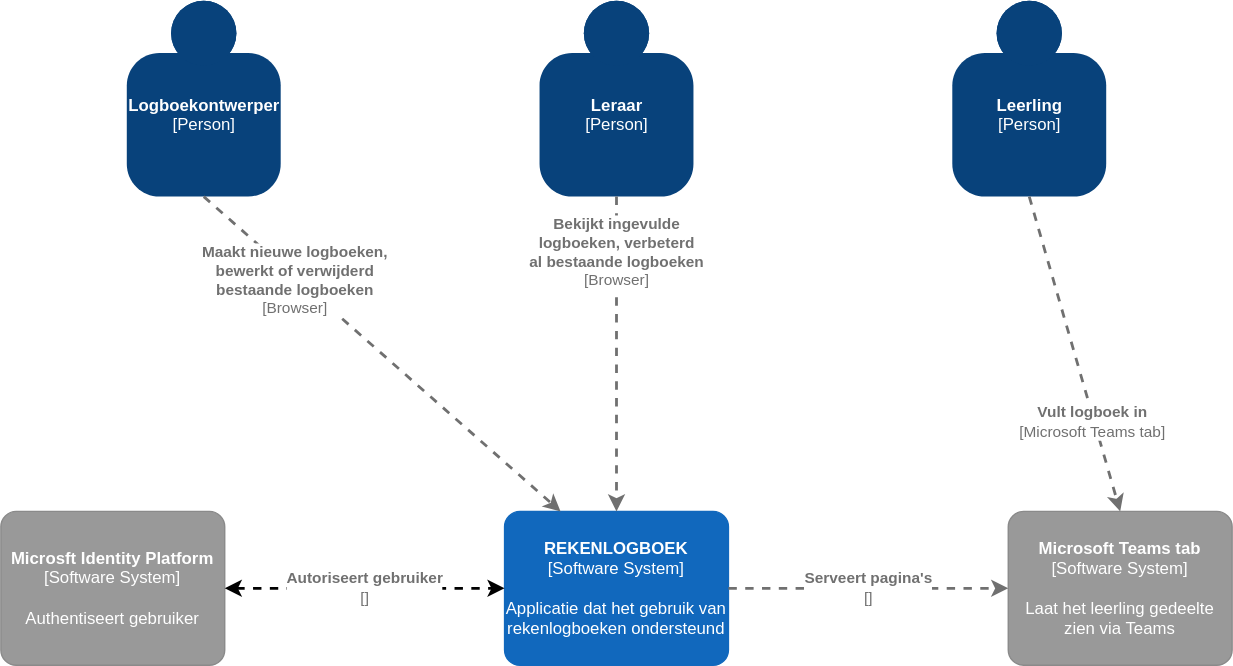
Above: docs/software-guidebook/c4-model/systeem-context.svg in Rowan-Paul/HANAIM-DWA-Rekenlogboek (draw.io), before the change. Source tidied: cells renumbered, new cells last; positions are measured from the earlier drawing's top-left corner, leaving out a move shared by most shapes.
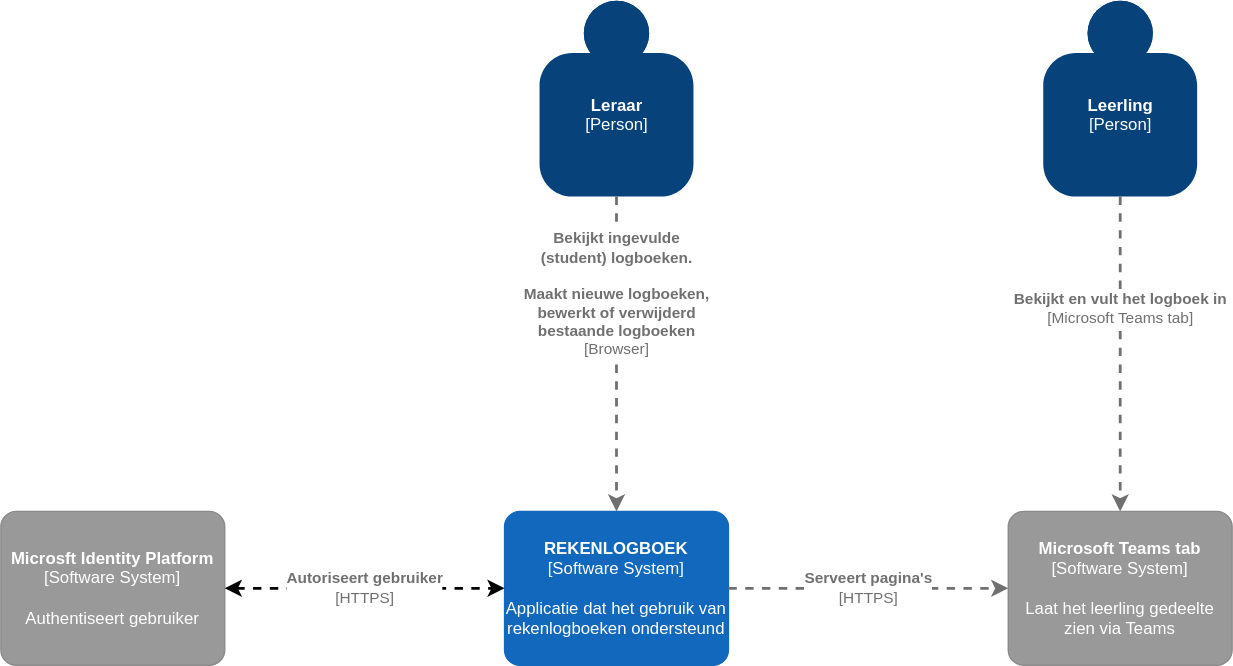
The same diagram one commit later.

Diff of the diagram source:
```diff
@@ -12,39 +12,27 @@
         <mxGeometry x="385" width="110" height="140" as="geometry" />
       </mxCell>
     </object>
-    <object id="4" label="&lt;b&gt;%c4Name%&lt;/b&gt;&lt;div&gt;[%c4Type%]&lt;/div&gt;&lt;br&gt;&lt;div&gt;%c4Description%&lt;/div&gt;" c4Description="" c4Name="Logboekontwerper" c4Type="Person" placeholders="1">
-      <mxCell style="html=1;dashed=0;whitespace=wrap;fillColor=#08427b;strokeColor=none;fontColor=#ffffff;shape=mxgraph.c4.person;align=center;points=[[0.5,0,0],[1,0.5,0],[1,0.75,0],[0.75,1,0],[0.5,1,0],[0.25,1,0],[0,0.75,0],[0,0.5,0]];metaData={&quot;c4Type&quot;:{&quot;editable&quot;:false}};" parent="1" vertex="1">
-        <mxGeometry x="90" width="110" height="140" as="geometry" />
-      </mxCell>
-    </object>
     <object id="5" label="&lt;b&gt;%c4Name%&lt;/b&gt;&lt;div&gt;[%c4Type%]&lt;/div&gt;&lt;br&gt;&lt;div&gt;%c4Description%&lt;/div&gt;" c4Description="" c4Name="Leerling" c4Type="Person" placeholders="1">
       <mxCell style="html=1;dashed=0;whitespace=wrap;fillColor=#08427b;strokeColor=none;fontColor=#ffffff;shape=mxgraph.c4.person;align=center;points=[[0.5,0,0],[1,0.5,0],[1,0.75,0],[0.75,1,0],[0.5,1,0],[0.25,1,0],[0,0.75,0],[0,0.5,0]];metaData={&quot;c4Type&quot;:{&quot;editable&quot;:false}};" parent="1" vertex="1">
-        <mxGeometry x="680" width="110" height="140" as="geometry" />
+        <mxGeometry x="745" width="110" height="140" as="geometry" />
       </mxCell>
     </object>
-    <object id="6" label="&lt;div style=&quot;text-align: left&quot;&gt;&lt;div style=&quot;text-align: center&quot;&gt;&lt;b&gt;%c4Description%&lt;/b&gt;&lt;/div&gt;&lt;div style=&quot;text-align: center&quot;&gt;[%c4Technology%]&lt;/div&gt;&lt;/div&gt;" c4Description="Vult logboek in" c4Technology="Microsoft Teams tab" c4Type="Relationship" placeholders="1">
+    <object id="6" label="&lt;div style=&quot;text-align: left&quot;&gt;&lt;div style=&quot;text-align: center&quot;&gt;&lt;b&gt;%c4Description%&lt;/b&gt;&lt;/div&gt;&lt;div style=&quot;text-align: center&quot;&gt;[%c4Technology%]&lt;/div&gt;&lt;/div&gt;" c4Description="Bekijkt en vult het logboek in" c4Technology="Microsoft Teams tab" c4Type="Relationship" placeholders="1">
       <mxCell style="edgeStyle=none;rounded=0;html=1;entryX=0.5;entryY=0;jettySize=auto;strokeColor=#707070;strokeWidth=2;fontColor=#707070;jumpStyle=none;dashed=1;metaData={&quot;c4Type&quot;:{&quot;editable&quot;:false}};exitX=0.5;exitY=1;exitDx=0;exitDy=0;exitPerimeter=0;entryDx=0;entryDy=0;entryPerimeter=0;" parent="1" edge="1" source="5" target="9">
-        <mxGeometry x="0.44" y="-2" relative="1" as="geometry">
-          <mxPoint y="-1" as="offset" />
-        </mxGeometry>
+        <mxGeometry x="-0.29" relative="1" as="geometry" />
       </mxCell>
     </object>
-    <object id="7" label="&lt;div style=&quot;text-align: left&quot;&gt;&lt;div style=&quot;text-align: center&quot;&gt;&lt;b&gt;%c4Description%&lt;/b&gt;&lt;/div&gt;&lt;div style=&quot;text-align: center&quot;&gt;[%c4Technology%]&lt;/div&gt;&lt;/div&gt;" c4Description="Bekijkt ingevulde&#10;logboeken, verbeterd&#10;al bestaande logboeken" c4Technology="Browser" c4Type="Relationship" placeholders="1">
+    <object id="7" label="&lt;div style=&quot;text-align: left&quot;&gt;&lt;div style=&quot;text-align: center&quot;&gt;&lt;b&gt;%c4Description%&lt;/b&gt;&lt;/div&gt;&lt;div style=&quot;text-align: center&quot;&gt;[%c4Technology%]&lt;/div&gt;&lt;/div&gt;" c4Description="Bekijkt ingevulde&#10;(student) logboeken.&#10;&#10;Maakt nieuwe logboeken,&#10;bewerkt of verwijderd &#10;bestaande logboeken" c4Technology="Browser" c4Type="Relationship" placeholders="1">
       <mxCell style="edgeStyle=none;rounded=0;html=1;jettySize=auto;strokeColor=#707070;strokeWidth=2;fontColor=#707070;jumpStyle=none;dashed=1;metaData={&quot;c4Type&quot;:{&quot;editable&quot;:false}};exitX=0.5;exitY=1;exitDx=0;exitDy=0;exitPerimeter=0;" parent="1" edge="1" source="3" target="2">
-        <mxGeometry x="-0.64" relative="1" as="geometry" />
+        <mxGeometry x="-0.38" relative="1" as="geometry" />
       </mxCell>
     </object>
-    <object id="8" label="&lt;div style=&quot;text-align: left&quot;&gt;&lt;div style=&quot;text-align: center&quot;&gt;&lt;b&gt;%c4Description%&lt;/b&gt;&lt;/div&gt;&lt;div style=&quot;text-align: center&quot;&gt;[%c4Technology%]&lt;/div&gt;&lt;/div&gt;" c4Description="Maakt nieuwe logboeken,&#10;bewerkt of verwijderd &#10;bestaande logboeken&#10;" c4Technology="Browser" c4Type="Relationship" placeholders="1">
-      <mxCell style="edgeStyle=none;rounded=0;html=1;entryX=0.25;entryY=0;jettySize=auto;strokeColor=#707070;strokeWidth=2;fontColor=#707070;jumpStyle=none;dashed=1;metaData={&quot;c4Type&quot;:{&quot;editable&quot;:false}};exitX=0.5;exitY=1;exitDx=0;exitDy=0;exitPerimeter=0;entryDx=0;entryDy=0;entryPerimeter=0;" parent="1" edge="1" source="4" target="2">
-        <mxGeometry x="-0.48" y="-2" relative="1" as="geometry" />
-      </mxCell>
-    </object>
     <object id="9" label="&lt;b&gt;%c4Name%&lt;/b&gt;&lt;div&gt;[%c4Type%]&lt;/div&gt;&lt;br&gt;&lt;div&gt;%c4Description%&lt;/div&gt;" c4Description="Laat het leerling gedeelte zien via Teams" c4Name="Microsoft Teams tab" c4Type="Software System" placeholders="1">
       <mxCell style="rounded=1;whiteSpace=wrap;html=1;labelBackgroundColor=none;fillColor=#999999;fontColor=#ffffff;align=center;arcSize=10;strokeColor=#8A8A8A;metaData={&quot;c4Type&quot;:{&quot;editable&quot;:false}};points=[[0.25,0,0],[0.5,0,0],[0.75,0,0],[1,0.25,0],[1,0.5,0],[1,0.75,0],[0.75,1,0],[0.5,1,0],[0.25,1,0],[0,0.75,0],[0,0.5,0],[0,0.25,0]];" parent="1" vertex="1">
         <mxGeometry x="720" y="365" width="160" height="110" as="geometry" />
       </mxCell>
     </object>
-    <object id="10" label="&lt;div style=&quot;text-align: left&quot;&gt;&lt;div style=&quot;text-align: center&quot;&gt;&lt;b&gt;%c4Description%&lt;/b&gt;&lt;/div&gt;&lt;div style=&quot;text-align: center&quot;&gt;[%c4Technology%]&lt;/div&gt;&lt;/div&gt;" c4Description="Serveert pagina's" c4Technology="" c4Type="Relationship" placeholders="1">
+    <object id="10" label="&lt;div style=&quot;text-align: left&quot;&gt;&lt;div style=&quot;text-align: center&quot;&gt;&lt;b&gt;%c4Description%&lt;/b&gt;&lt;/div&gt;&lt;div style=&quot;text-align: center&quot;&gt;[%c4Technology%]&lt;/div&gt;&lt;/div&gt;" c4Description="Serveert pagina's" c4Technology="HTTPS" c4Type="Relationship" placeholders="1">
       <mxCell style="edgeStyle=none;rounded=0;html=1;entryX=0;entryY=0.5;jettySize=auto;strokeColor=#707070;strokeWidth=2;fontColor=#707070;jumpStyle=none;dashed=1;metaData={&quot;c4Type&quot;:{&quot;editable&quot;:false}};exitX=1;exitY=0.5;exitDx=0;exitDy=0;exitPerimeter=0;entryDx=0;entryDy=0;entryPerimeter=0;" parent="1" edge="1" source="2" target="9">
         <mxGeometry relative="1" as="geometry" />
       </mxCell>
@@ -54,7 +42,7 @@
         <mxGeometry y="365" width="160" height="110" as="geometry" />
       </mxCell>
     </object>
-    <object id="12" label="&lt;div style=&quot;text-align: left&quot;&gt;&lt;div style=&quot;text-align: center&quot;&gt;&lt;b&gt;%c4Description%&lt;/b&gt;&lt;/div&gt;&lt;div style=&quot;text-align: center&quot;&gt;[%c4Technology%]&lt;/div&gt;&lt;/div&gt;" c4Description="Autoriseert gebruiker" c4Technology="" c4Type="Relationship" placeholders="1">
+    <object id="12" label="&lt;div style=&quot;text-align: left&quot;&gt;&lt;div style=&quot;text-align: center&quot;&gt;&lt;b&gt;%c4Description%&lt;/b&gt;&lt;/div&gt;&lt;div style=&quot;text-align: center&quot;&gt;[%c4Technology%]&lt;/div&gt;&lt;/div&gt;" c4Description="Autoriseert gebruiker" c4Technology="HTTPS" c4Type="Relationship" placeholders="1">
       <mxCell style="edgeStyle=none;rounded=0;html=1;entryX=0;entryY=0.5;jettySize=auto;strokeWidth=2;fontColor=#707070;jumpStyle=none;dashed=1;metaData={&quot;c4Type&quot;:{&quot;editable&quot;:false}};exitX=1;exitY=0.5;exitDx=0;exitDy=0;exitPerimeter=0;entryDx=0;entryDy=0;entryPerimeter=0;startArrow=classic;startFill=1;" parent="1" edge="1" source="11" target="2">
         <mxGeometry relative="1" as="geometry" />
       </mxCell>
```
